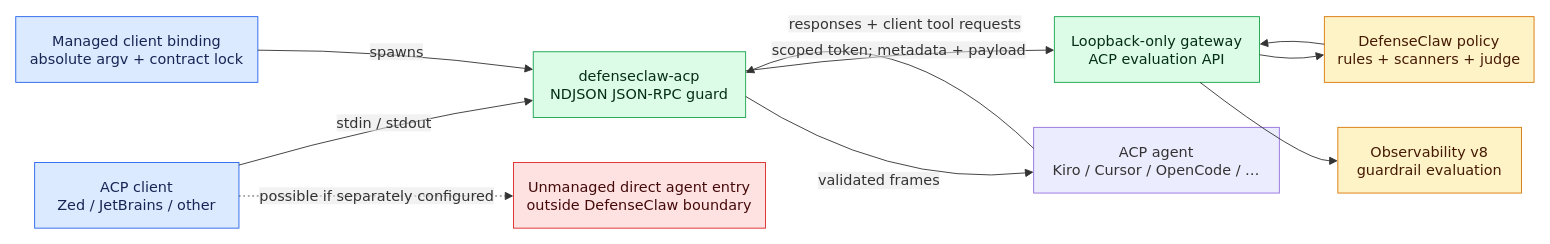
Above: docs-site/public/images/acp-guard.drawio in cisco-ai-defense/defenseclaw (draw.io), before the change. Source tidied: cells renumbered, new cells numbered last; positions are measured from the earlier drawing's top-left corner, leaving out a move shared by most shapes. Both pictures are drawn from the tidied source at 90%, with x=0, y=0 at pixel (15, 9).
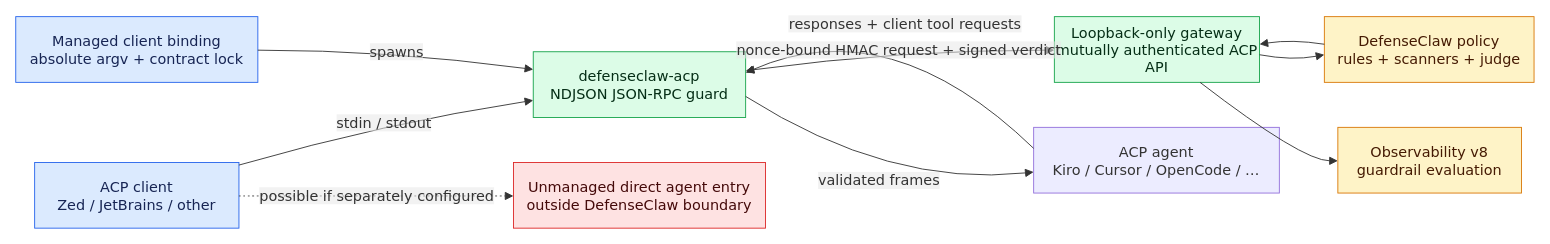
After the change.

Unchanged cells that the change refers to:
```xml
<mxCell id="4" value="defenseclaw-acp&#10;NDJSON JSON-RPC guard" style="html=1;whiteSpace=wrap;strokeWidth=1;fillColor=#dcfce7;strokeColor=#16a34a;fontColor=#052e16;fontFamily=Trebuchet MS,Verdana,Arial,sans-serif;fontSize=16;" parent="1" vertex="1">
  <mxGeometry x="575" y="47" width="236" height="73" as="geometry" />
</mxCell>
```

What changed in the source:
```diff
@@
-    <mxCell id="5" value="Loopback-only gateway&#10;ACP evaluation API" style="html=1;whiteSpace=wrap;strokeWidth=1;fillColor=#dcfce7;strokeColor=#16a34a;fontColor=#052e16;fontFamily=Trebuchet MS,Verdana,Arial,sans-serif;fontSize=16;" parent="1" vertex="1">
+    <mxCell id="5" value="Loopback-only gateway&#10;mutually authenticated ACP API" style="html=1;whiteSpace=wrap;strokeWidth=1;fillColor=#dcfce7;strokeColor=#16a34a;fontColor=#052e16;fontFamily=Trebuchet MS,Verdana,Arial,sans-serif;fontSize=16;" parent="1" vertex="1">
       <mxGeometry x="1154" y="8" width="228" height="73" as="geometry" />
     </mxCell>
@@
-    <mxCell id="14" value="scoped token; metadata + payload" style="curved=1;startArrow=none;endArrow=block;endSize=7;strokeColor=light-dark(#333333,#cccccc);html=1;fontSize=16;labelBackgroundColor=light-dark(#E8E8E88D,#2a2a2a8D);fontFamily=Trebuchet MS,Verdana,Arial,sans-serif;fontColor=light-dark(#333333,#cccccc);exitX=1;exitY=0.29;entryX=0;entryY=0.51;" parent="1" edge="1" source="4" target="5">
+    <mxCell id="14" value="nonce-bound HMAC request + signed verdict" style="curved=1;startArrow=block;startSize=7;endArrow=block;endSize=7;strokeColor=light-dark(#333333,#cccccc);html=1;fontSize=16;labelBackgroundColor=light-dark(#E8E8E88D,#2a2a2a8D);fontFamily=Trebuchet MS,Verdana,Arial,sans-serif;fontColor=light-dark(#333333,#cccccc);exitX=1;exitY=0.29;entryX=0;entryY=0.51;" parent="1" edge="1" source="4" target="5">
       <mxGeometry relative="1" as="geometry">
         <Array as="points">
           <mxPoint x="982" y="45" />
         </Array>
       </mxGeometry>
     </mxCell>
```
